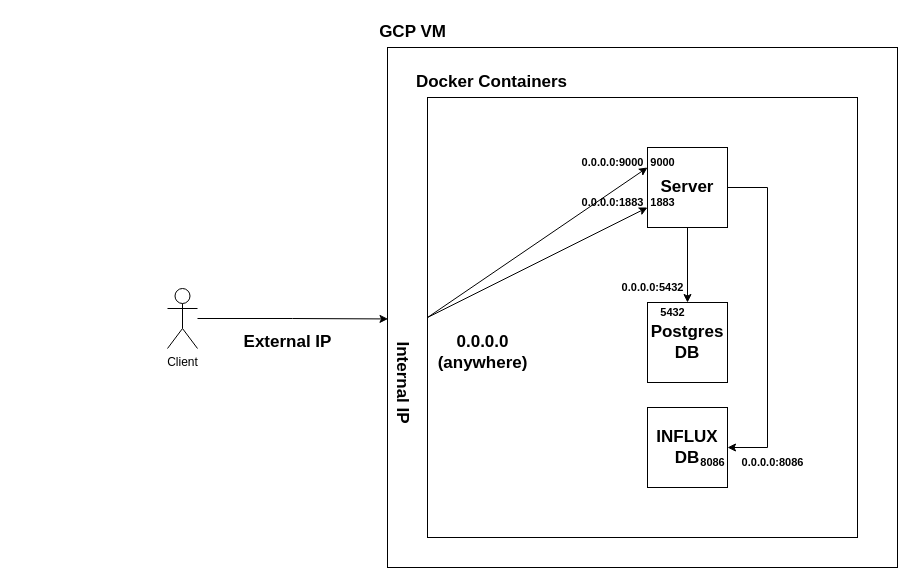
This is Documentation/Diagrams/GCP VM Arquitecture.drawio from MiguelRocha2001/PS-Monitor-IoT-System, a draw.io file, before an edit. Source tidied: cells renumbered, new cells numbered last; positions are measured from the earlier drawing's top-left corner, leaving out a move shared by most shapes. Both pictures are drawn from the tidied source at 100%, with x=0, y=0 at pixel (167, 17).
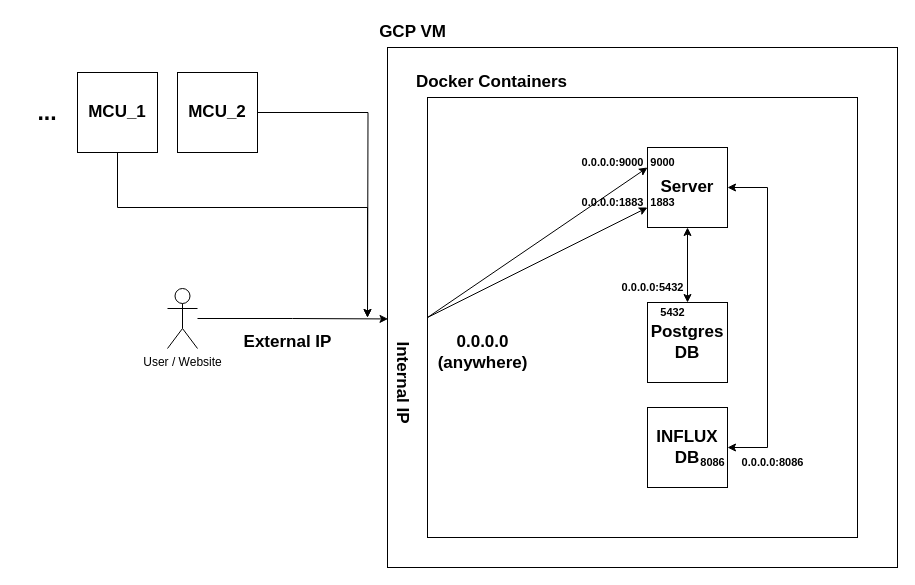
After the change.

Unchanged cells that the change refers to:
```xml
<mxCell id="7" value="Server" style="whiteSpace=wrap;html=1;fontStyle=1;fontSize=17;" parent="1" vertex="1">
  <mxGeometry x="480" y="130" width="80" height="80" as="geometry" />
</mxCell>
<mxCell id="8" value="Postgres&lt;br&gt;DB" style="whiteSpace=wrap;html=1;fontStyle=1;fontSize=17;" parent="1" vertex="1">
  <mxGeometry x="480" y="285" width="80" height="80" as="geometry" />
</mxCell>
<mxCell id="9" value="INFLUX&lt;br&gt;DB" style="whiteSpace=wrap;html=1;fontStyle=1;fontSize=17;" parent="1" vertex="1">
  <mxGeometry x="480" y="390" width="80" height="80" as="geometry" />
</mxCell>
```

What changed in the source:
```diff
@@
-    <mxCell id="5" style="edgeStyle=orthogonalEdgeStyle;rounded=0;jettySize=auto;html=1;" parent="1" edge="1" source="7" target="9">
+    <mxCell id="5" style="edgeStyle=orthogonalEdgeStyle;rounded=0;jettySize=auto;html=1;startArrow=classic;startFill=1;" parent="1" edge="1" source="7" target="9">
       <mxGeometry relative="1" as="geometry">
         <Array as="points">
           <mxPoint x="600" y="170" />
           <mxPoint x="600" y="430" />
         </Array>
       </mxGeometry>
     </mxCell>
-    <mxCell id="6" style="edgeStyle=orthogonalEdgeStyle;rounded=0;jettySize=auto;html=1;" parent="1" edge="1" source="7" target="8">
+    <mxCell id="6" style="edgeStyle=orthogonalEdgeStyle;rounded=0;jettySize=auto;html=1;startArrow=classic;startFill=1;" parent="1" edge="1" source="7" target="8">
       <mxGeometry relative="1" as="geometry" />
     </mxCell>
@@
-    <mxCell id="11" value="Client" style="shape=umlActor;verticalLabelPosition=bottom;verticalAlign=top;html=1;outlineConnect=0;" parent="1" vertex="1">
+    <mxCell id="11" value="User / Website" style="shape=umlActor;verticalLabelPosition=bottom;verticalAlign=top;html=1;outlineConnect=0;" parent="1" vertex="1">
       <mxGeometry y="271" width="30" height="60" as="geometry" />
     </mxCell>
@@
+    <mxCell id="26" style="edgeStyle=orthogonalEdgeStyle;rounded=0;jettySize=auto;html=1;" parent="1" edge="1" source="27">
+      <mxGeometry relative="1" as="geometry">
+        <mxPoint x="200" y="300" as="targetPoint" />
+      </mxGeometry>
+    </mxCell>
+    <mxCell id="27" value="MCU_2" style="whiteSpace=wrap;html=1;fontStyle=1;fontSize=17;" parent="1" vertex="1">
+      <mxGeometry x="10" y="55" width="80" height="80" as="geometry" />
+    </mxCell>
+    <mxCell id="28" style="edgeStyle=orthogonalEdgeStyle;rounded=0;jettySize=auto;html=1;" parent="1" edge="1" source="29">
+      <mxGeometry relative="1" as="geometry">
+        <mxPoint x="200" y="300" as="targetPoint" />
+        <Array as="points">
+          <mxPoint x="-50" y="190" />
+          <mxPoint x="200" y="190" />
+        </Array>
+      </mxGeometry>
+    </mxCell>
+    <mxCell id="29" value="MCU_1" style="whiteSpace=wrap;html=1;fontStyle=1;fontSize=17;" parent="1" vertex="1">
+      <mxGeometry x="-90" y="55" width="80" height="80" as="geometry" />
+    </mxCell>
+    <mxCell id="30" value="..." style="text;html=1;strokeColor=none;fillColor=none;align=center;verticalAlign=middle;whiteSpace=wrap;rounded=0;fontSize=23;fontStyle=1;" parent="1" vertex="1">
+      <mxGeometry x="-150" y="80" width="60" height="30" as="geometry" />
+    </mxCell>
```
